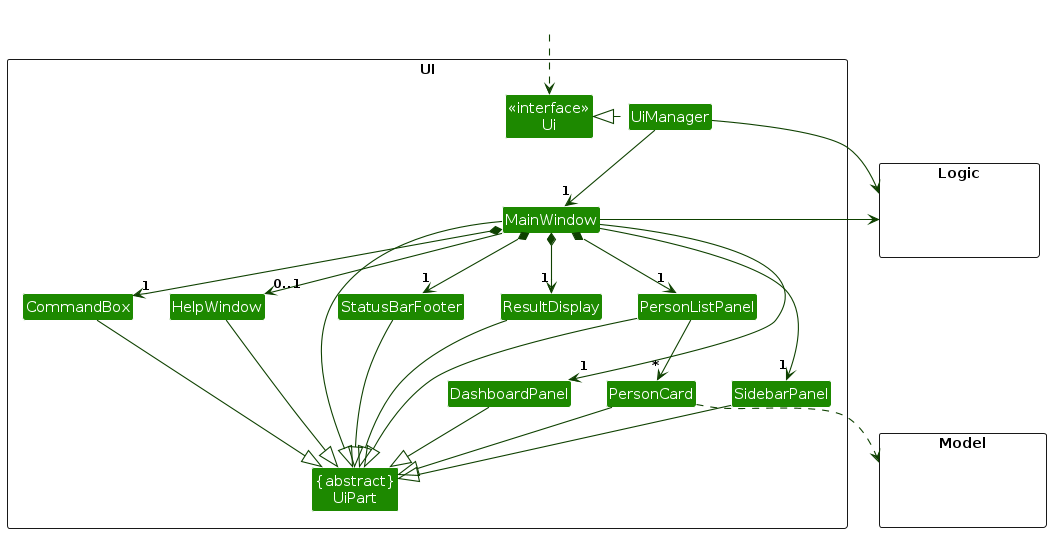
AY2526S1-CS2103T-F09-4/tp keeps this PlantUML diagram as diagrams/UiClassDiagram.png. Above is the earlier version. Its source is kept beside it as diagrams/UiClassDiagram.puml. Source of this version:
```plantuml
@startuml
!include style.puml
skinparam arrowThickness 1.1
skinparam arrowColor UI_COLOR_T4
skinparam classBackgroundColor UI_COLOR

package UI <<Rectangle>>{
Class "<<interface>>\nUi" as Ui
Class "{abstract}\nUiPart" as UiPart
Class UiManager
Class MainWindow
Class HelpWindow {
    show()
    focus()
    isShowing()
    openUserGuide()
    copyUrl()
}
Class ResultDisplay
Class PersonListPanel
Class PersonCard
Class StatusBarFooter
Class CommandBox
Class DashboardPanel
Class SidebarPanel
}

package Model <<Rectangle>> {
Class HiddenModel #FFFFFF
}

package Logic <<Rectangle>> {
Class HiddenLogic #FFFFFF
}

Class HiddenOutside #FFFFFF
HiddenOutside ..> Ui

UiManager .left.|> Ui
UiManager -down-> "1" MainWindow
MainWindow *-down->  "1" CommandBox
MainWindow *-down-> "1" ResultDisplay
MainWindow *-down-> "1" PersonListPanel
MainWindow *-down-> "1" StatusBarFooter
MainWindow --> "0..1" HelpWindow
MainWindow --> "1" DashboardPanel
MainWindow --> "1" SidebarPanel

PersonListPanel -down-> "*" PersonCard

MainWindow -left-|> UiPart

ResultDisplay --|> UiPart
CommandBox --|> UiPart
PersonListPanel --|> UiPart
PersonCard --|> UiPart
StatusBarFooter --|> UiPart
HelpWindow --|> UiPart
DashboardPanel --|> UiPart
SidebarPanel --|> UiPart

PersonCard ..> Model
UiManager -right-> Logic
MainWindow -left-> Logic

PersonListPanel -[hidden]left- HelpWindow
HelpWindow -[hidden]left- CommandBox
CommandBox -[hidden]left- ResultDisplay
ResultDisplay -[hidden]left- StatusBarFooter

MainWindow -[hidden]-|> UiPart
@enduml
```
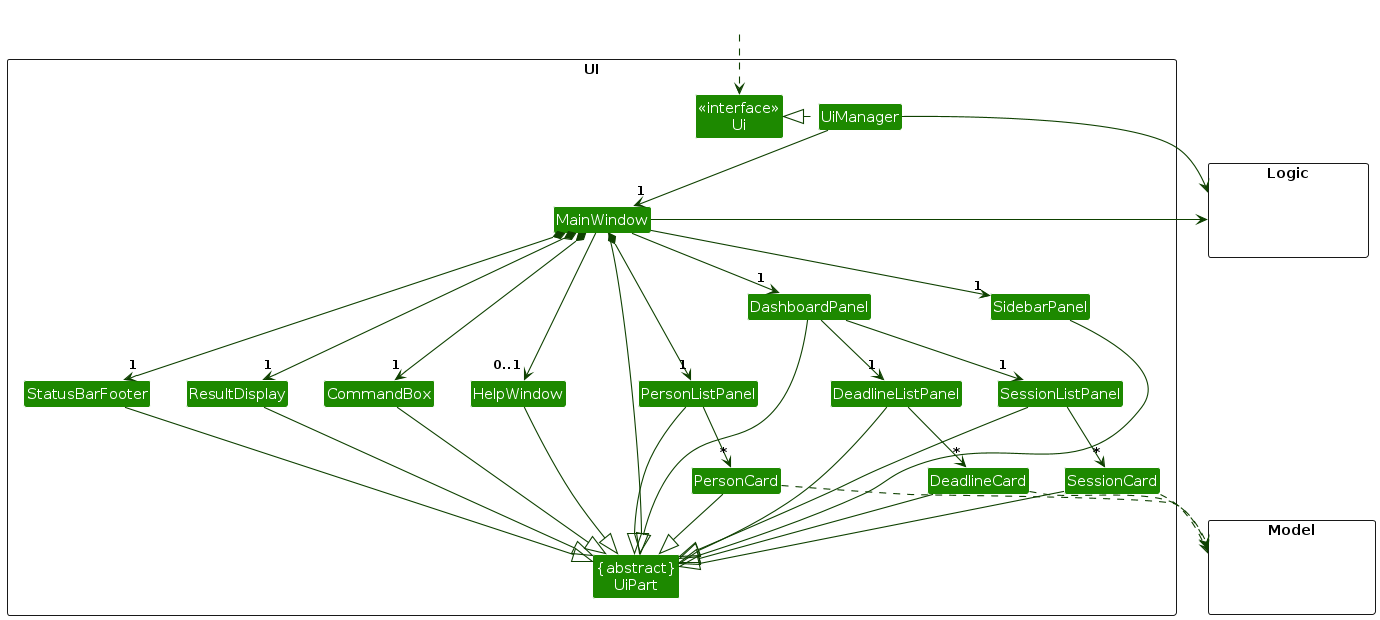
The same diagram one commit later.

What changed in the source:
```diff
@@ -23,6 +23,10 @@
 Class CommandBox
 Class DashboardPanel
 Class SidebarPanel
+Class DeadlineCard
+Class DeadlineListPanel
+Class SessionCard
+Class SessionListPanel
 }
 
 package Model <<Rectangle>> {
@@ -47,6 +51,11 @@
 MainWindow --> "1" SidebarPanel
 
 PersonListPanel -down-> "*" PersonCard
+DashboardPanel -down-> "1" SessionListPanel
+DashboardPanel -down-> "1" DeadlineListPanel
+SessionListPanel -down-> "*" SessionCard
+DeadlineListPanel -down-> "*" DeadlineCard
+
 
 MainWindow -left-|> UiPart
 
@@ -58,8 +67,14 @@
 HelpWindow --|> UiPart
 DashboardPanel --|> UiPart
 SidebarPanel --|> UiPart
+DeadlineCard --|> UiPart
+DeadlineListPanel --|> UiPart
+SessionCard --|> UiPart
+SessionListPanel --|> UiPart
 
 PersonCard ..> Model
+SessionCard ..> Model
+DeadlineCard ..> Model
 UiManager -right-> Logic
 MainWindow -left-> Logic
 
```
